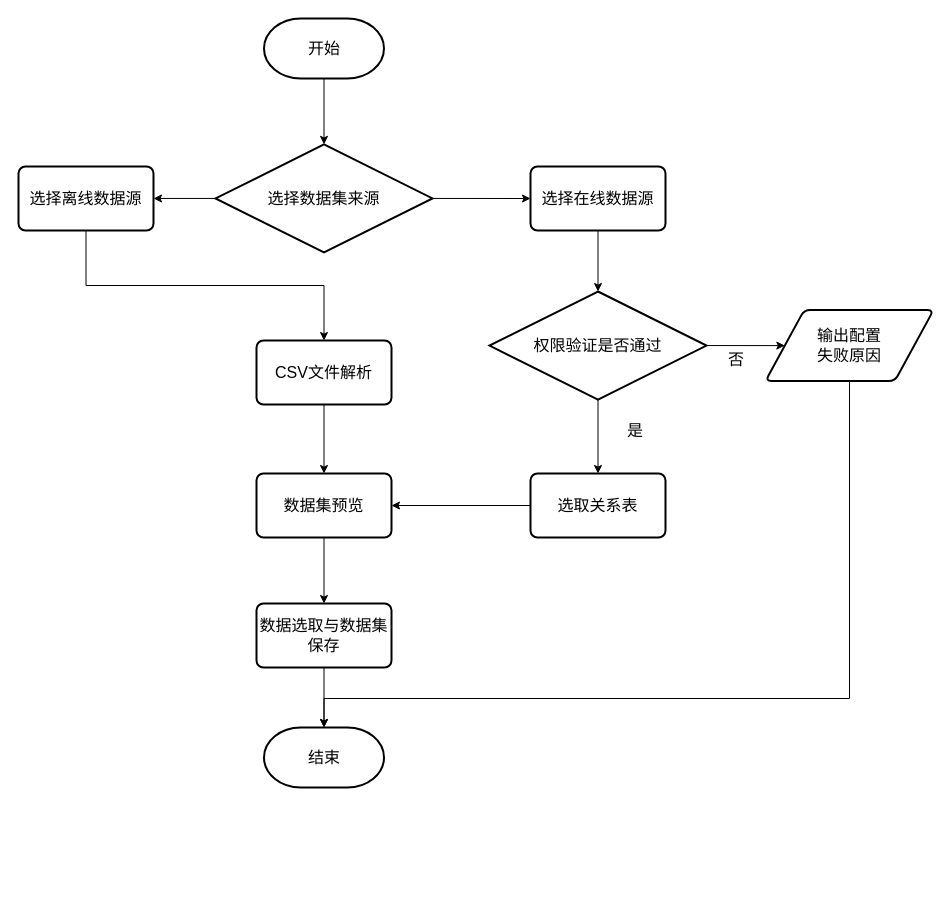
The draw.io diagram 新建数据集.drawio in nianqingdeguowang/python, before the edit. Source tidied: cells renumbered, new cells numbered last; positions are measured from the earlier drawing's top-left corner, leaving out a move shared by most shapes. Both pictures are drawn from the tidied source at 100%, with x=0, y=0 at pixel (18, 18).
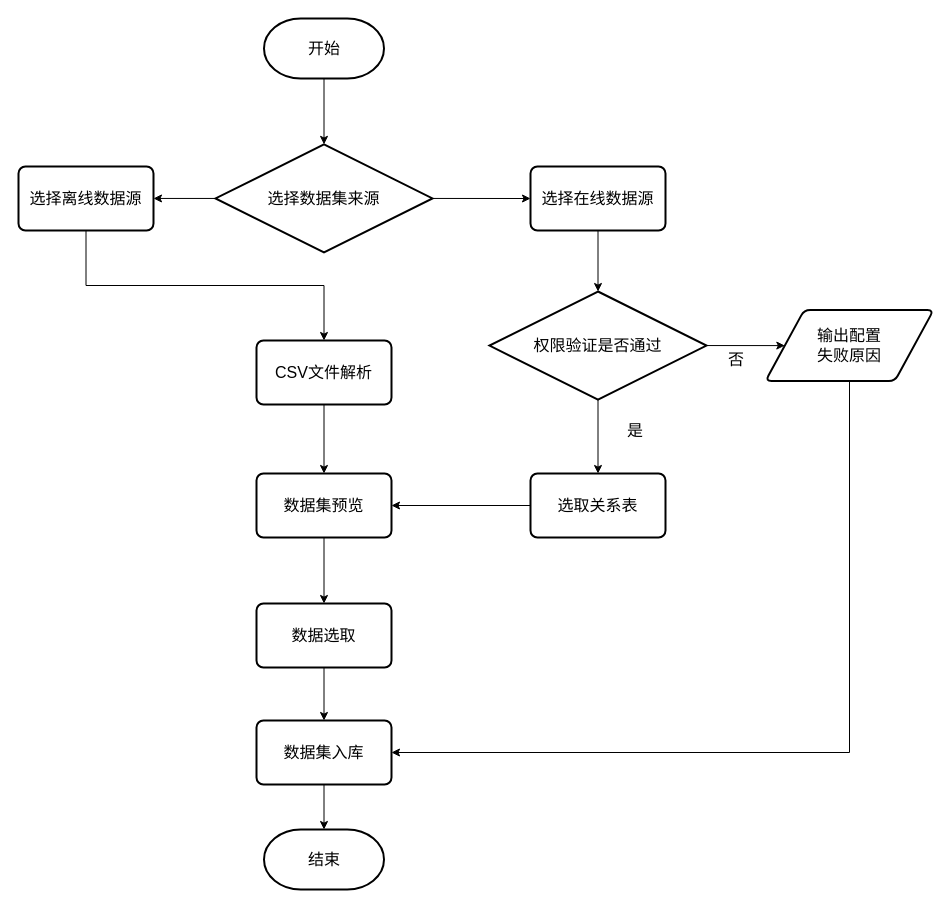
The same diagram, later.

Commit message:
更新新建数据集.drawio

Unchanged cells that the change refers to:
```xml
<mxCell id="10" value="&lt;font style=&quot;font-size: 16px;&quot;&gt;输出配置&lt;br&gt;失败原因&lt;/font&gt;" style="shape=parallelogram;html=1;strokeWidth=2;perimeter=parallelogramPerimeter;whiteSpace=wrap;rounded=1;arcSize=12;size=0.23;" parent="1" vertex="1">
  <mxGeometry x="747" y="291.6" width="168" height="71" as="geometry" />
</mxCell>
```

Change to the diagram source:
```diff
@@
     <mxCell id="7" value="&lt;font style=&quot;font-size: 16px;&quot;&gt;结束&lt;/font&gt;" style="strokeWidth=2;html=1;shape=mxgraph.flowchart.terminator;whiteSpace=wrap;" parent="1" vertex="1">
-      <mxGeometry x="245.5" y="709" width="120" height="60" as="geometry" />
+      <mxGeometry x="245.5" y="811" width="120" height="60" as="geometry" />
     </mxCell>
@@
+    <mxCell id="27" style="edgeStyle=orthogonalEdgeStyle;rounded=0;jettySize=auto;html=1;exitX=0.5;exitY=1;exitDx=0;exitDy=0;entryX=1;entryY=0.5;entryDx=0;entryDy=0;" parent="1" edge="1" source="10" target="30">
+      <mxGeometry relative="1" as="geometry" />
+    </mxCell>
@@
-    <mxCell id="24" style="edgeStyle=orthogonalEdgeStyle;rounded=0;jettySize=auto;html=1;exitX=0.5;exitY=1;exitDx=0;exitDy=0;" parent="1" edge="1" source="25" target="7">
-      <mxGeometry relative="1" as="geometry" />
-    </mxCell>
+    <mxCell id="28" style="edgeStyle=orthogonalEdgeStyle;rounded=0;jettySize=auto;html=1;exitX=0.5;exitY=1;exitDx=0;exitDy=0;entryX=0.5;entryY=0;entryDx=0;entryDy=0;" parent="1" edge="1" source="25" target="30">
+      <mxGeometry relative="1" as="geometry" />
+    </mxCell>
-    <mxCell id="25" value="&lt;span style=&quot;font-size: 16px;&quot;&gt;数据选取与数据集保存&lt;/span&gt;" style="rounded=1;whiteSpace=wrap;html=1;absoluteArcSize=1;arcSize=14;strokeWidth=2;" parent="1" vertex="1">
+    <mxCell id="25" value="&lt;span style=&quot;font-size: 16px;&quot;&gt;数据选取&lt;/span&gt;" style="rounded=1;whiteSpace=wrap;html=1;absoluteArcSize=1;arcSize=14;strokeWidth=2;" parent="1" vertex="1">
       <mxGeometry x="238" y="585" width="135" height="64" as="geometry" />
     </mxCell>
-    <mxCell id="26" style="edgeStyle=orthogonalEdgeStyle;rounded=0;jettySize=auto;html=1;exitX=0.5;exitY=1;exitDx=0;exitDy=0;entryX=0.5;entryY=0;entryDx=0;entryDy=0;entryPerimeter=0;" parent="1" edge="1" source="10" target="7">
-      <mxGeometry relative="1" as="geometry">
-        <Array as="points">
-          <mxPoint x="831" y="680" />
-          <mxPoint x="305" y="680" />
-        </Array>
-      </mxGeometry>
-    </mxCell>
+    <mxCell id="29" style="edgeStyle=orthogonalEdgeStyle;rounded=0;jettySize=auto;html=1;exitX=0.5;exitY=1;exitDx=0;exitDy=0;" parent="1" edge="1" source="30" target="7">
+      <mxGeometry relative="1" as="geometry" />
+    </mxCell>
+    <mxCell id="30" value="&lt;span style=&quot;font-size: 16px;&quot;&gt;数据集入库&lt;/span&gt;" style="rounded=1;whiteSpace=wrap;html=1;absoluteArcSize=1;arcSize=14;strokeWidth=2;" parent="1" vertex="1">
+      <mxGeometry x="238" y="702" width="135" height="64" as="geometry" />
+    </mxCell>
```
